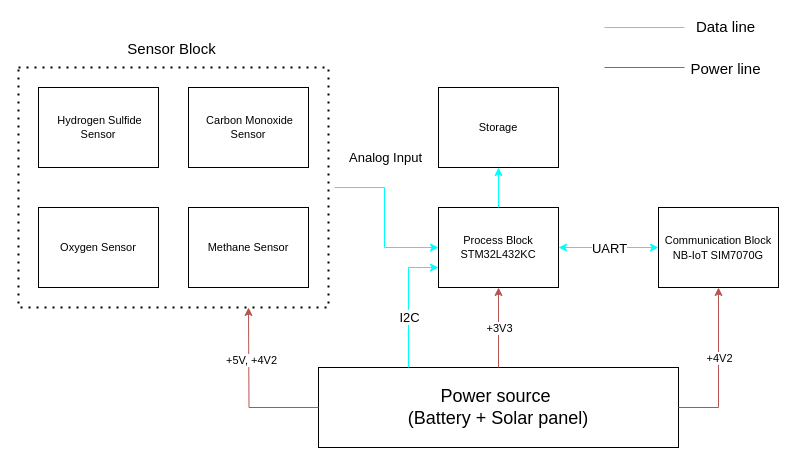
Above: Project_overall.drawio in K2ayzz/ForDrawIO (draw.io), before the change. Source tidied: cells renumbered, new cells numbered last; positions are measured from the earlier drawing's top-left corner, leaving out a move shared by most shapes. Both pictures are drawn from the tidied source at 100%, with x=0, y=0 at pixel (18, 27).
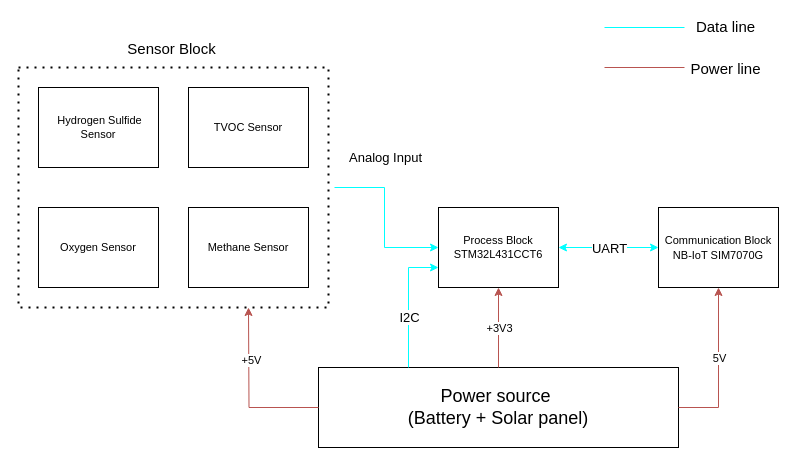
The same diagram, later.

Commit message:
Cập nhật Project_overall.drawio

The change refers to these unchanged cells:
```xml
<mxCell id="3" style="edgeStyle=orthogonalEdgeStyle;rounded=0;jettySize=auto;html=1;exitX=0;exitY=0.5;exitDx=0;exitDy=0;fillColor=#f8cecc;gradientColor=#ea6b66;strokeColor=#b85450;" parent="1" edge="1" source="2">
  <mxGeometry relative="1" as="geometry">
    <mxPoint x="230" y="280" as="targetPoint" />
  </mxGeometry>
</mxCell>
<mxCell id="8" style="edgeStyle=orthogonalEdgeStyle;rounded=0;jettySize=auto;html=1;entryX=0.5;entryY=1;entryDx=0;entryDy=0;exitX=1;exitY=0.5;exitDx=0;exitDy=0;fillColor=#f8cecc;gradientColor=#ea6b66;strokeColor=#b85450;" parent="1" edge="1" source="2" target="7">
  <mxGeometry relative="1" as="geometry" />
</mxCell>
```

The edit, as a diff of the source:
```diff
@@
-    <mxCell id="4" value="+5V, +4V2" style="edgeLabel;html=1;align=center;verticalAlign=middle;" parent="3" vertex="1">
+    <mxCell id="4" value="+5V" style="edgeLabel;html=1;align=center;verticalAlign=middle;" parent="3" vertex="1">
       <mxGeometry x="0.38" y="-2" relative="1" as="geometry" />
     </mxCell>
@@
-    <mxCell id="6" value="Process Block&lt;br style=&quot;font-size: 11px;&quot;&gt;STM32L432KC" style="whiteSpace=wrap;html=1;rounded=0;fontSize=11;" parent="1" vertex="1">
+    <mxCell id="6" value="Process Block&lt;br style=&quot;font-size: 11px;&quot;&gt;STM32L431CCT6" style="whiteSpace=wrap;html=1;rounded=0;fontSize=11;" parent="1" vertex="1">
       <mxGeometry x="420" y="180" width="120" height="80" as="geometry" />
     </mxCell>
@@
-    <mxCell id="9" value="+4V2" style="edgeLabel;html=1;align=center;verticalAlign=middle;" parent="8" vertex="1">
+    <mxCell id="9" value="5V" style="edgeLabel;html=1;align=center;verticalAlign=middle;" parent="8" vertex="1">
       <mxGeometry x="0.35" y="-4" relative="1" as="geometry">
         <mxPoint x="-4" y="18" as="offset" />
       </mxGeometry>
     </mxCell>
@@
-    <mxCell id="20" value="&lt;font style=&quot;font-size: 11px;&quot;&gt;&amp;nbsp;Carbon Monoxide Sensor&lt;/font&gt;" style="whiteSpace=wrap;html=1;rounded=0;fontSize=11;" parent="1" vertex="1">
+    <mxCell id="20" value="&lt;font style=&quot;font-size: 11px;&quot;&gt;TVOC Sensor&lt;/font&gt;" style="whiteSpace=wrap;html=1;rounded=0;fontSize=11;" parent="1" vertex="1">
       <mxGeometry x="170" y="60" width="120" height="80" as="geometry" />
     </mxCell>
@@
-    <mxCell id="27" value="&lt;font style=&quot;font-size: 11px;&quot;&gt;Storage&lt;/font&gt;" style="whiteSpace=wrap;html=1;rounded=0;fontSize=11;" parent="1" vertex="1">
-      <mxGeometry x="420" y="60" width="120" height="80" as="geometry" />
-    </mxCell>
-    <mxCell id="28" style="endArrow=classic;html=1;rounded=0;exitX=0.5;exitY=0;exitDx=0;exitDy=0;fillColor=#dae8fc;gradientColor=#7ea6e0;strokeColor=#00FFFF;entryX=0.5;entryY=1;entryDx=0;entryDy=0;" parent="1" edge="1" source="6" target="27">
-      <mxGeometry relative="1" as="geometry" />
-    </mxCell>
```
